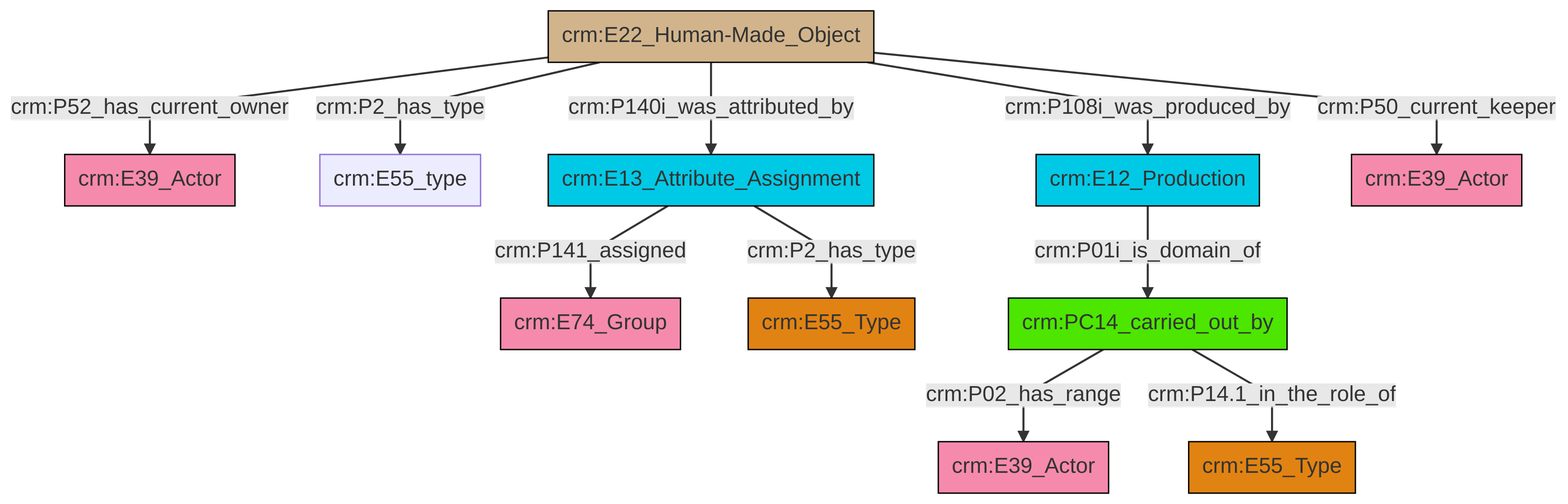
Before: et/artworkCSV/ttl/mmd/png/Artwork_Actor_Relations.png, a diagram exported from Mermaid (swiss-art-research-net/reference-data-models). Its source is kept beside it as et/artworkCSV/ttl/mmd/Artwork_Actor_Relations.ttl.mmd.
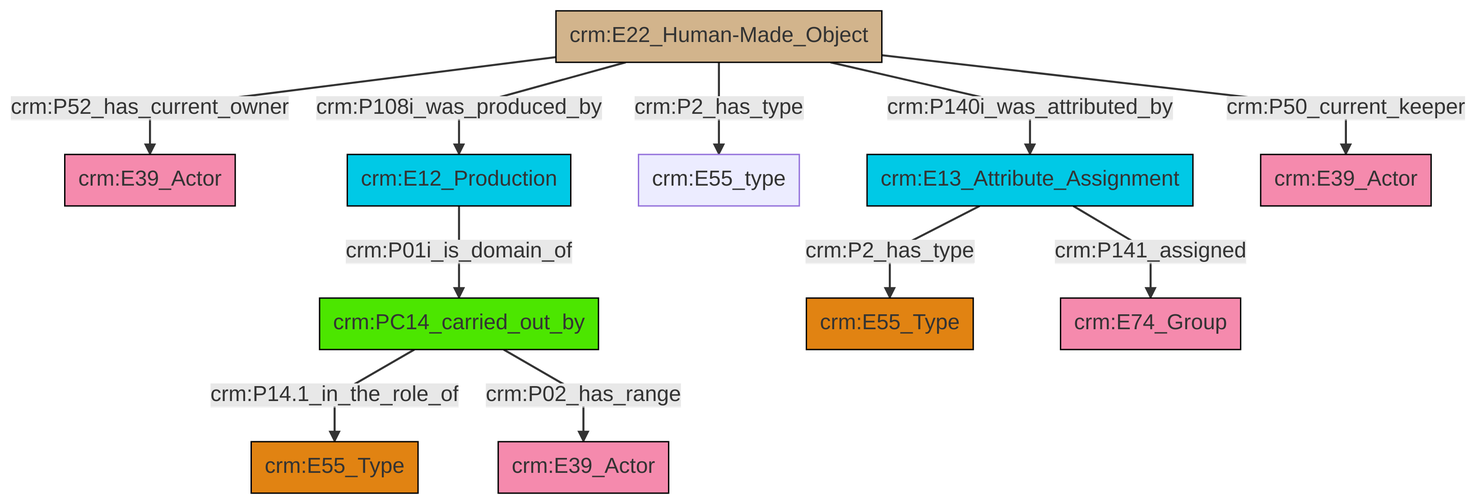
After the commit.

Change to the diagram source:
```diff
@@ -13,13 +13,13 @@
 classDef PC_Classes fill:#4ce600, stroke:#000000;
 classDef Multi fill:#cccccc,stroke:#000000;
 
-4["crm:E22_Human-Made_Object"]:::Physical_Thing -->|crm:P52_has_current_owner| 5["crm:E39_Actor"]:::Actor
-4["crm:E22_Human-Made_Object"]:::Physical_Thing -->|crm:P2_has_type| 0["crm:E55_type"]:::Default
-4["crm:E22_Human-Made_Object"]:::Physical_Thing -->|crm:P140i_was_attributed_by| 7["crm:E13_Attribute_Assignment"]:::Temporal_Entity
-4["crm:E22_Human-Made_Object"]:::Physical_Thing -->|crm:P108i_was_produced_by| 10["crm:E12_Production"]:::Temporal_Entity
-7["crm:E13_Attribute_Assignment"]:::Temporal_Entity -->|crm:P141_assigned| 11["crm:E74_Group"]:::Actor
-10["crm:E12_Production"]:::Temporal_Entity -->|crm:P01i_is_domain_of| 12["crm:PC14_carried_out_by"]:::PC_Classes
-4["crm:E22_Human-Made_Object"]:::Physical_Thing -->|crm:P50_current_keeper| 8["crm:E39_Actor"]:::Actor
-12["crm:PC14_carried_out_by"]:::PC_Classes -->|crm:P02_has_range| 21["crm:E39_Actor"]:::Actor
-12["crm:PC14_carried_out_by"]:::PC_Classes -->|crm:P14.1_in_the_role_of| 2["crm:E55_Type"]:::Type
-7["crm:E13_Attribute_Assignment"]:::Temporal_Entity -->|crm:P2_has_type| 14["crm:E55_Type"]:::Type
+0["crm:PC14_carried_out_by"]:::PC_Classes -->|crm:P14.1_in_the_role_of| 1["crm:E55_Type"]:::Type
+0["crm:PC14_carried_out_by"]:::PC_Classes -->|crm:P02_has_range| 2["crm:E39_Actor"]:::Actor
+3["crm:E22_Human-Made_Object"]:::Physical_Thing -->|crm:P52_has_current_owner| 4["crm:E39_Actor"]:::Actor
+6["crm:E12_Production"]:::Temporal_Entity -->|crm:P01i_is_domain_of| 0["crm:PC14_carried_out_by"]:::PC_Classes
+3["crm:E22_Human-Made_Object"]:::Physical_Thing -->|crm:P2_has_type| 8["crm:E55_type"]:::Default
+9["crm:E13_Attribute_Assignment"]:::Temporal_Entity -->|crm:P2_has_type| 10["crm:E55_Type"]:::Type
+3["crm:E22_Human-Made_Object"]:::Physical_Thing -->|crm:P108i_was_produced_by| 6["crm:E12_Production"]:::Temporal_Entity
+3["crm:E22_Human-Made_Object"]:::Physical_Thing -->|crm:P50_current_keeper| 13["crm:E39_Actor"]:::Actor
+3["crm:E22_Human-Made_Object"]:::Physical_Thing -->|crm:P140i_was_attributed_by| 9["crm:E13_Attribute_Assignment"]:::Temporal_Entity
+9["crm:E13_Attribute_Assignment"]:::Temporal_Entity -->|crm:P141_assigned| 20["crm:E74_Group"]:::Actor
```
